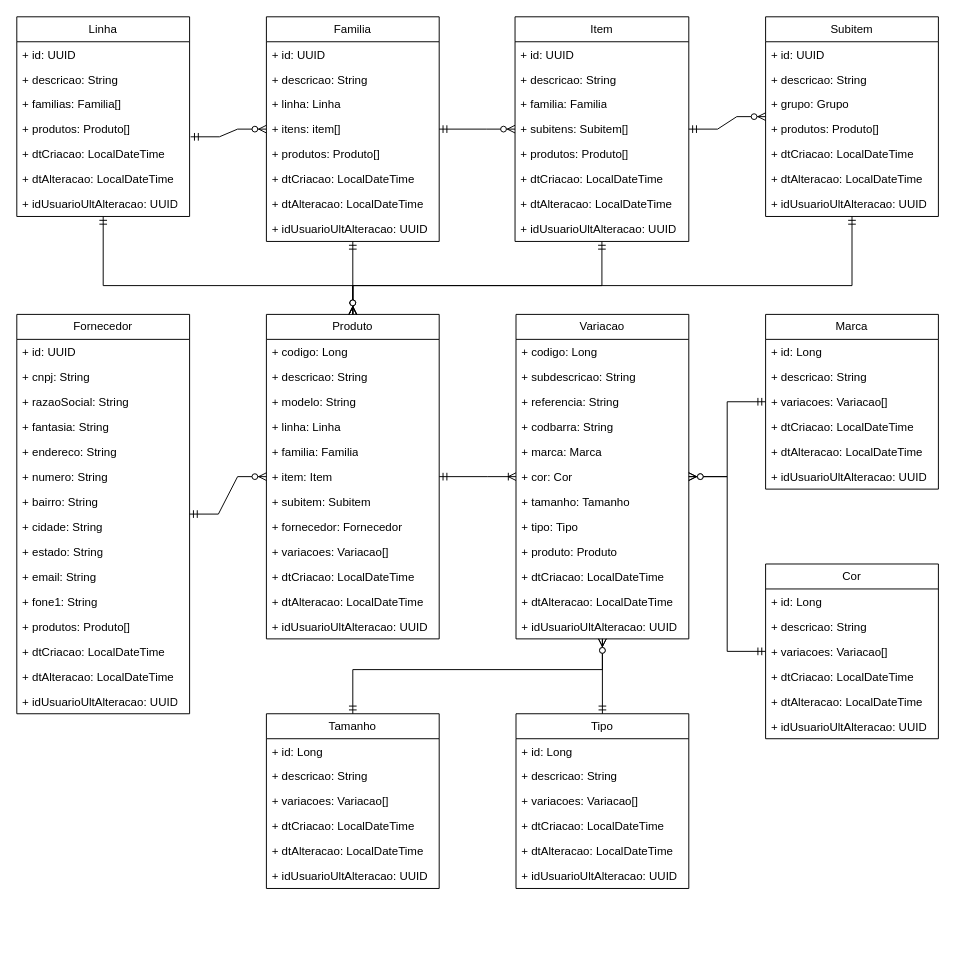
Before: documentacao/diagramas/classe/produto/produto.drawio in augustocesarsousa/ecommerce, a draw.io diagram. Source tidied: cells renumbered, new cells numbered last; positions are measured from the earlier drawing's top-left corner, leaving out a move shared by most shapes. Both pictures are drawn from the tidied source at 96%, with x=0, y=0 at pixel (16, 16).
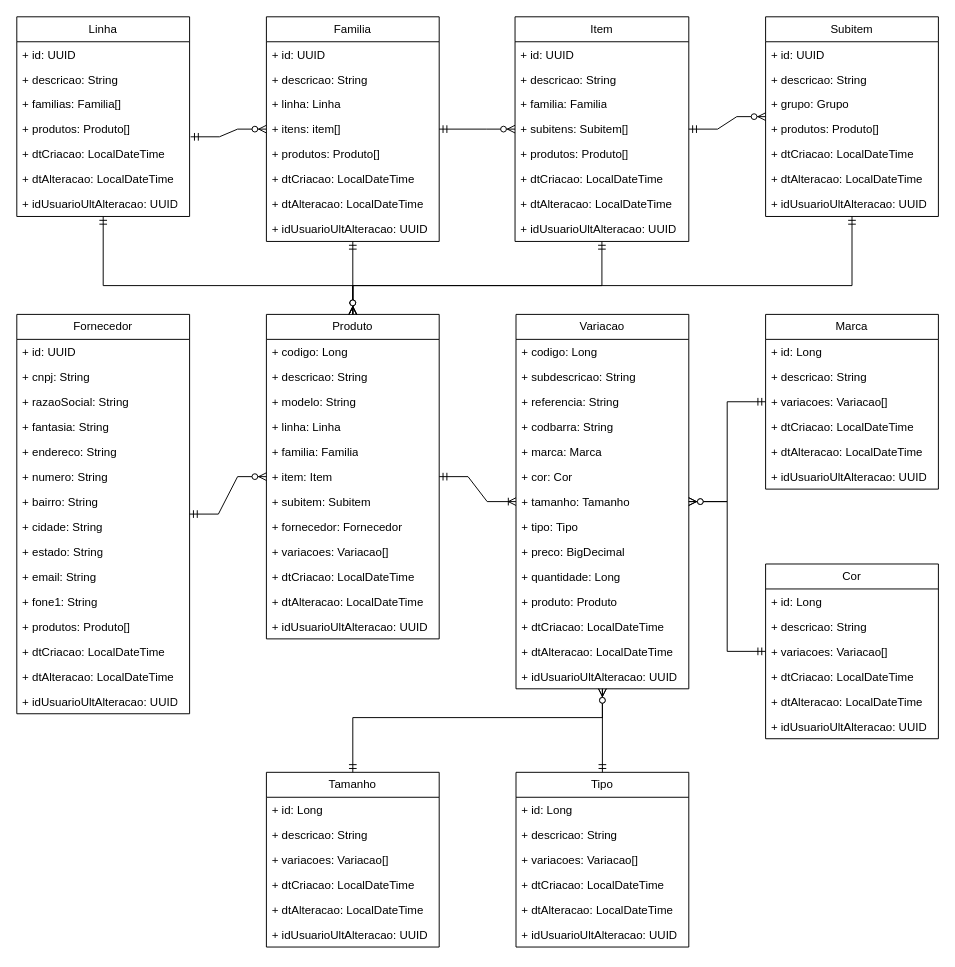
Above is the later version.

Commit message:
docs(ms-produto): adiciona campos na entidade Variação

preço: BigDecimal
quantidade: Long

What changed in the source:
```diff
@@
     <mxCell id="66" value="Tamanho" style="swimlane;fontStyle=0;horizontal=1;startSize=26;fillColor=none;whiteSpace=wrap;html=1;" parent="1" vertex="1">
-      <mxGeometry x="260" y="726" width="180" height="182" as="geometry" />
+      <mxGeometry x="260" y="787" width="180" height="182" as="geometry" />
     </mxCell>
@@
     <mxCell id="86" value="Tipo" style="swimlane;fontStyle=0;horizontal=1;startSize=26;fillColor=none;whiteSpace=wrap;html=1;" parent="1" vertex="1">
-      <mxGeometry x="520" y="726" width="180" height="182" as="geometry" />
+      <mxGeometry x="520" y="787" width="180" height="182" as="geometry" />
     </mxCell>
@@
     <mxCell id="93" value="Variacao" style="swimlane;fontStyle=0;horizontal=1;startSize=26;fillColor=none;whiteSpace=wrap;html=1;" parent="1" vertex="1">
-      <mxGeometry x="520" y="310" width="180" height="338" as="geometry" />
+      <mxGeometry x="520" y="310" width="180" height="390" as="geometry" />
     </mxCell>
@@
+    <mxCell id="119" value="+ preco: BigDecimal" style="text;strokeColor=none;fillColor=none;align=left;verticalAlign=top;spacingLeft=4;spacingRight=4;overflow=hidden;whiteSpace=wrap;html=1;" parent="93" vertex="1">
+      <mxGeometry y="234" width="180" height="26" as="geometry" />
+    </mxCell>
+    <mxCell id="120" value="+ quantidade: Long" style="text;strokeColor=none;fillColor=none;align=left;verticalAlign=top;spacingLeft=4;spacingRight=4;overflow=hidden;whiteSpace=wrap;html=1;" parent="93" vertex="1">
+      <mxGeometry y="260" width="180" height="26" as="geometry" />
+    </mxCell>
     <mxCell id="102" value="+ produto: Produto" style="text;strokeColor=none;fillColor=none;align=left;verticalAlign=top;spacingLeft=4;spacingRight=4;overflow=hidden;whiteSpace=wrap;html=1;" parent="93" vertex="1">
-      <mxGeometry y="234" width="180" height="26" as="geometry" />
+      <mxGeometry y="286" width="180" height="26" as="geometry" />
     </mxCell>
     <mxCell id="103" value="+ dtCriacao: LocalDateTime" style="text;strokeColor=none;fillColor=none;align=left;verticalAlign=top;spacingLeft=4;spacingRight=4;overflow=hidden;whiteSpace=wrap;html=1;" parent="93" vertex="1">
-      <mxGeometry y="260" width="180" height="26" as="geometry" />
+      <mxGeometry y="312" width="180" height="26" as="geometry" />
     </mxCell>
     <mxCell id="104" value="+ dtAlteracao: LocalDateTime" style="text;strokeColor=none;fillColor=none;align=left;verticalAlign=top;spacingLeft=4;spacingRight=4;overflow=hidden;whiteSpace=wrap;html=1;" parent="93" vertex="1">
-      <mxGeometry y="286" width="180" height="26" as="geometry" />
+      <mxGeometry y="338" width="180" height="26" as="geometry" />
     </mxCell>
     <mxCell id="105" value="+ idUsuarioUltAlteracao: UUID" style="text;strokeColor=none;fillColor=none;align=left;verticalAlign=top;spacingLeft=4;spacingRight=4;overflow=hidden;whiteSpace=wrap;html=1;" parent="93" vertex="1">
-      <mxGeometry y="312" width="180" height="26" as="geometry" />
+      <mxGeometry y="364" width="180" height="26" as="geometry" />
     </mxCell>
@@
     <mxCell id="113" style="edgeStyle=orthogonalEdgeStyle;fontSize=12;html=1;endArrow=ERzeroToMany;startArrow=ERmandOne;rounded=0;" parent="1" edge="1" source="66" target="93">
       <mxGeometry relative="1" as="geometry">
         <Array as="points">
-          <mxPoint x="350" y="680" />
-          <mxPoint x="610" y="680" />
+          <mxPoint x="350" y="730" />
+          <mxPoint x="610" y="730" />
         </Array>
       </mxGeometry>
     </mxCell>
```
